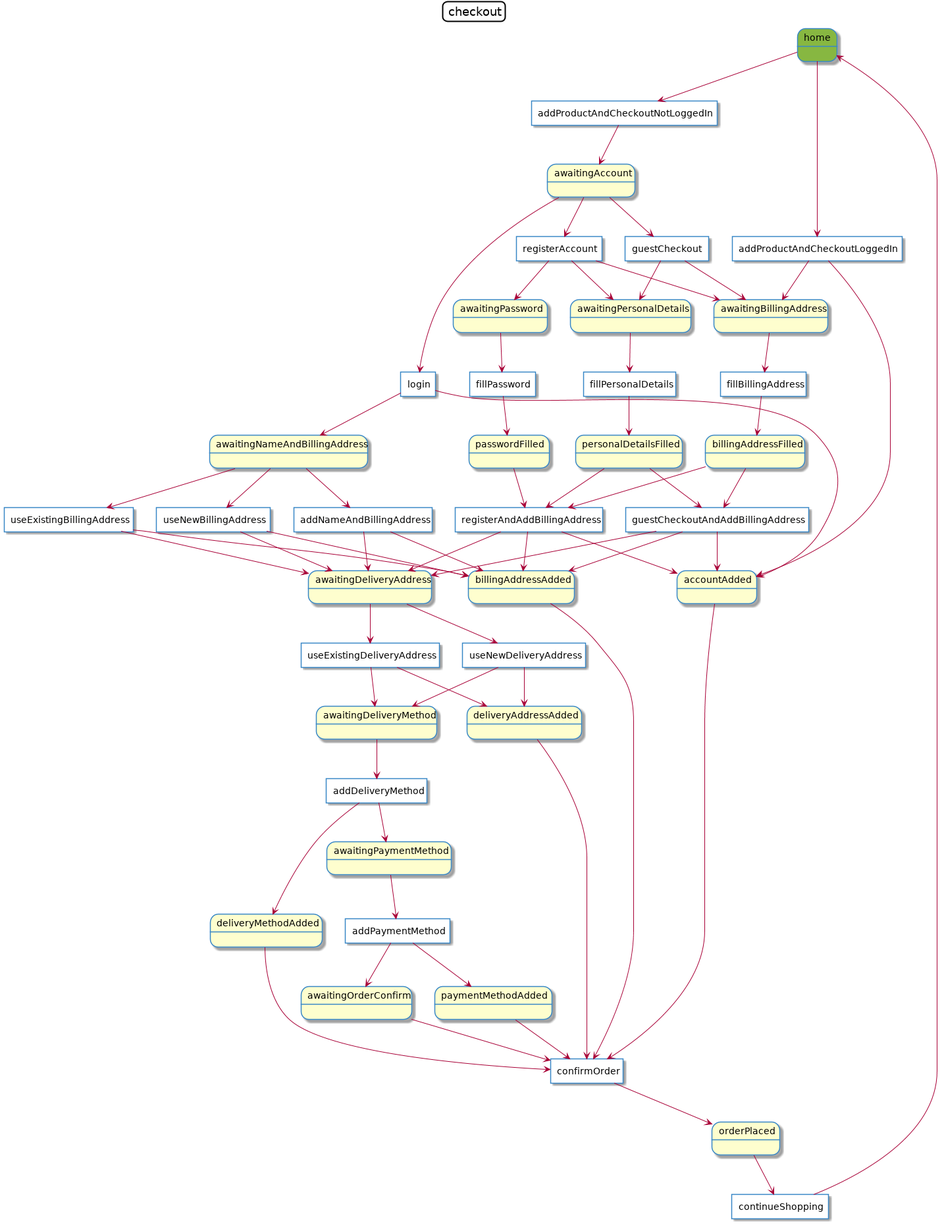
Earlier version of the PlantUML export config/packages/dev/models/checkout/checkout.puml.png (tienvx/mbt-examples).
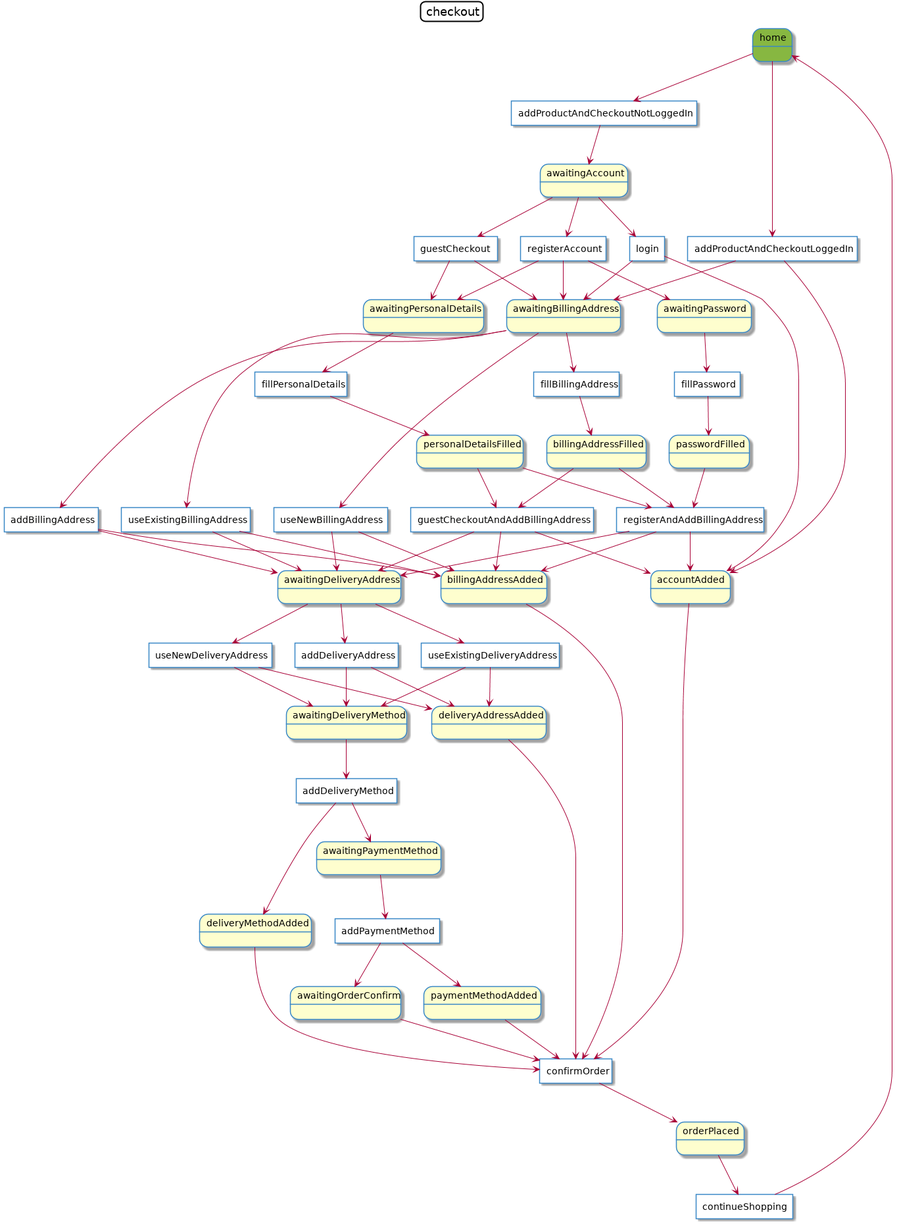
The same diagram one commit later.

Commit message:
Update checkout model's meta and image

Change to the diagram source:
```diff
@@ -22,7 +22,6 @@
 state "billingAddressFilled"
 state "awaitingAccount"
 state "awaitingBillingAddress"
-state "awaitingNameAndBillingAddress"
 state "awaitingDeliveryAddress"
 state "awaitingDeliveryMethod"
 state "awaitingPaymentMethod"
@@ -43,11 +42,12 @@
 agent "fillPersonalDetails"
 agent "fillPassword"
 agent "fillBillingAddress"
-agent "addNameAndBillingAddress"
+agent "addBillingAddress"
 agent "registerAndAddBillingAddress"
 agent "guestCheckoutAndAddBillingAddress"
 agent "useExistingDeliveryAddress"
 agent "useNewDeliveryAddress"
+agent "addDeliveryAddress"
 agent "addDeliveryMethod"
 agent "addPaymentMethod"
 agent "confirmOrder"
@@ -59,7 +59,7 @@
 "addProductAndCheckoutLoggedIn" --> "awaitingBillingAddress"
 "awaitingAccount" --> "login"
 "login" --> "accountAdded"
-"login" --> "awaitingNameAndBillingAddress"
+"login" --> "awaitingBillingAddress"
 "awaitingAccount" --> "guestCheckout"
 "guestCheckout" --> "awaitingPersonalDetails"
 "guestCheckout" --> "awaitingBillingAddress"
@@ -67,10 +67,10 @@
 "registerAccount" --> "awaitingPersonalDetails"
 "registerAccount" --> "awaitingPassword"
 "registerAccount" --> "awaitingBillingAddress"
-"awaitingNameAndBillingAddress" --> "useExistingBillingAddress"
+"awaitingBillingAddress" --> "useExistingBillingAddress"
 "useExistingBillingAddress" --> "billingAddressAdded"
 "useExistingBillingAddress" --> "awaitingDeliveryAddress"
-"awaitingNameAndBillingAddress" --> "useNewBillingAddress"
+"awaitingBillingAddress" --> "useNewBillingAddress"
 "useNewBillingAddress" --> "billingAddressAdded"
 "useNewBillingAddress" --> "awaitingDeliveryAddress"
 "awaitingPersonalDetails" --> "fillPersonalDetails"
@@ -79,9 +79,9 @@
 "fillPassword" --> "passwordFilled"
 "awaitingBillingAddress" --> "fillBillingAddress"
 "fillBillingAddress" --> "billingAddressFilled"
-"awaitingNameAndBillingAddress" --> "addNameAndBillingAddress"
-"addNameAndBillingAddress" --> "billingAddressAdded"
-"addNameAndBillingAddress" --> "awaitingDeliveryAddress"
+"awaitingBillingAddress" --> "addBillingAddress"
+"addBillingAddress" --> "billingAddressAdded"
+"addBillingAddress" --> "awaitingDeliveryAddress"
 "personalDetailsFilled" --> "registerAndAddBillingAddress"
 "registerAndAddBillingAddress" --> "accountAdded"
 "registerAndAddBillingAddress" --> "billingAddressAdded"
@@ -99,6 +99,9 @@
 "awaitingDeliveryAddress" --> "useNewDeliveryAddress"
 "useNewDeliveryAddress" --> "deliveryAddressAdded"
 "useNewDeliveryAddress" --> "awaitingDeliveryMethod"
+"awaitingDeliveryAddress" --> "addDeliveryAddress"
+"addDeliveryAddress" --> "deliveryAddressAdded"
+"addDeliveryAddress" --> "awaitingDeliveryMethod"
 "awaitingDeliveryMethod" --> "addDeliveryMethod"
 "addDeliveryMethod" --> "deliveryMethodAdded"
 "addDeliveryMethod" --> "awaitingPaymentMethod"
```
